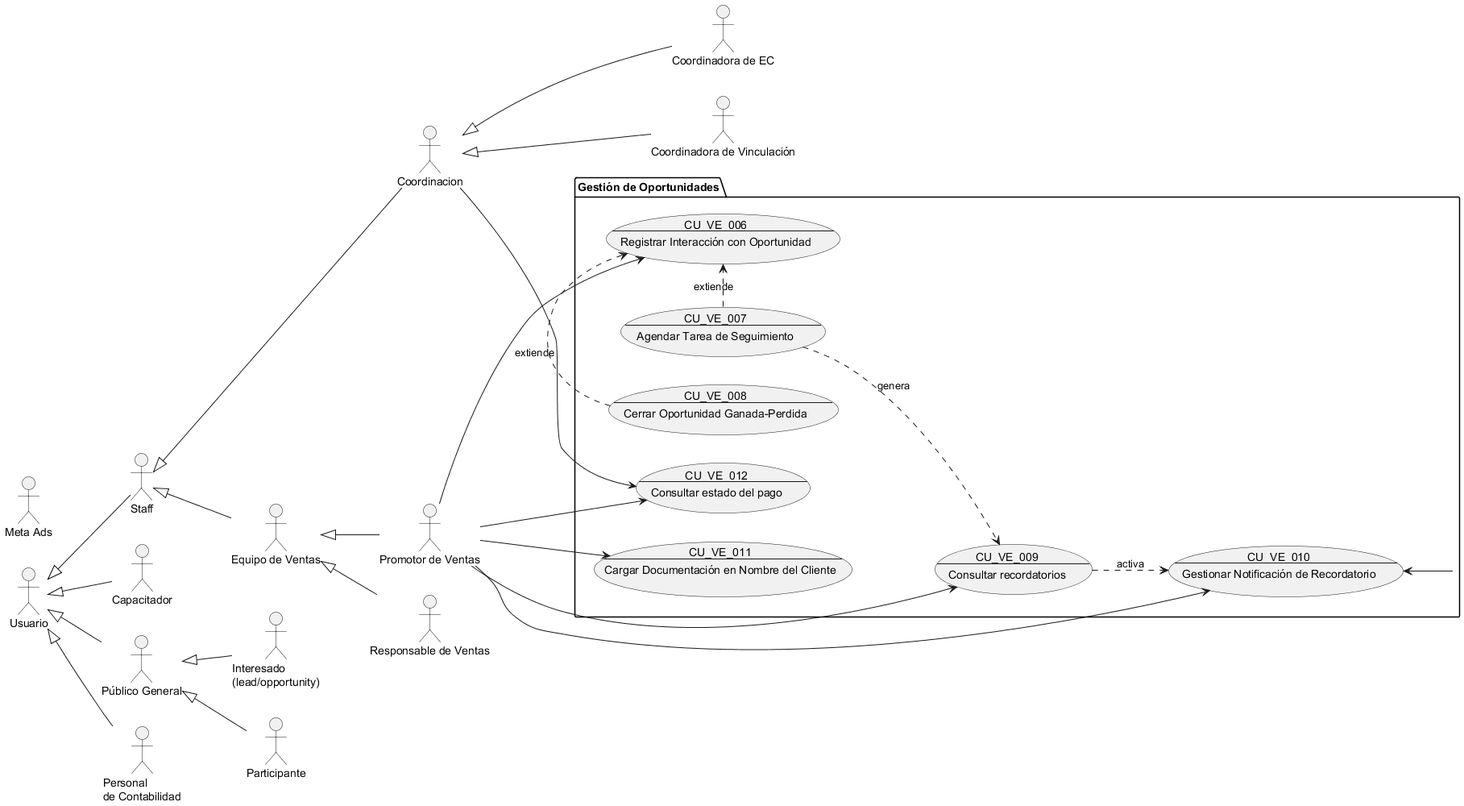
The PlantUML diagram Docs/Requerimientos/Diagramas/img/Gestión de Oportunidades.png in Proyectos-Vinculacion-FMAT/ECFCA, before a commit.
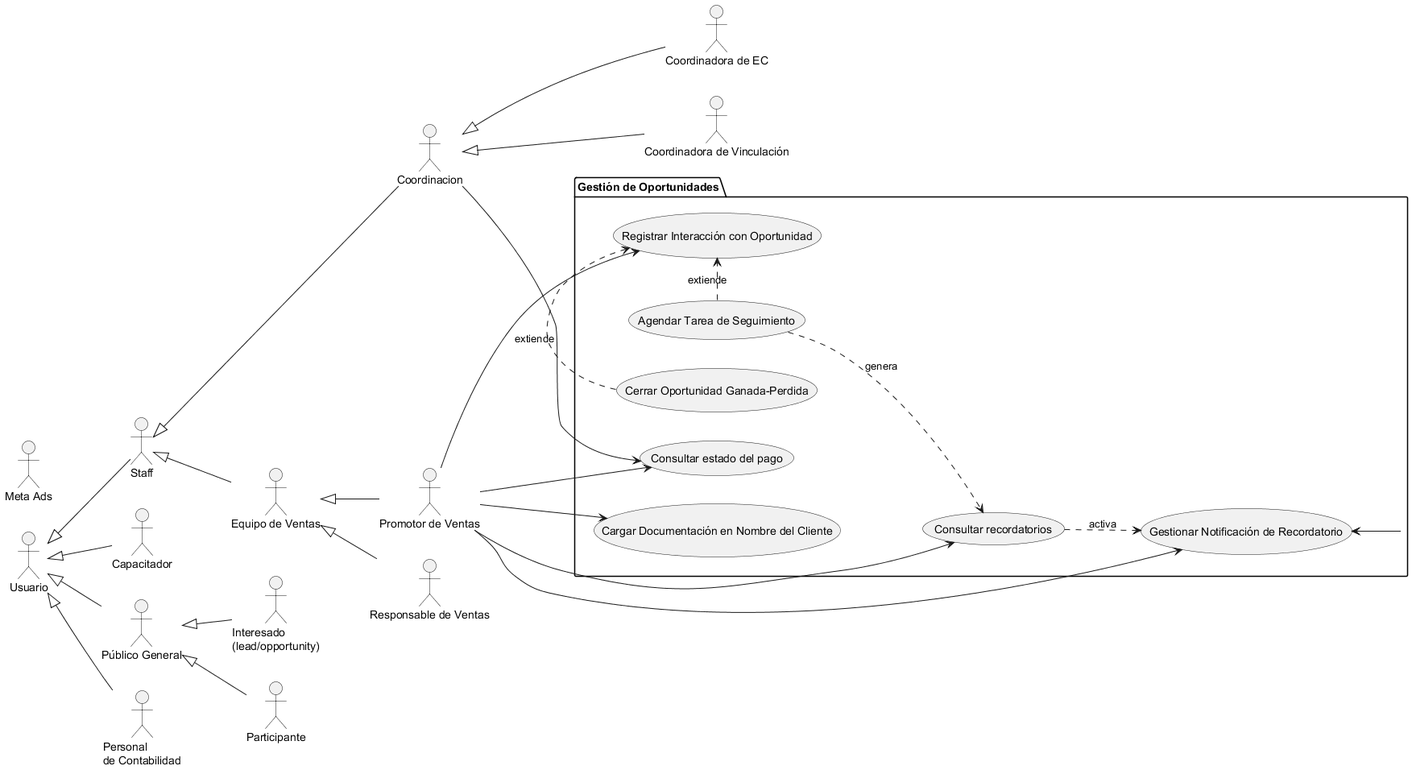
After the change.

What changed in the source:
```diff
@@ -3,36 +3,15 @@
 !include Actores.puml
 
 package "Gestión de Oportunidades" {
-    usecase CU_VE_006 as "
-    CU_VE_006
-    ---
-    Registrar Interacción con Oportunidad"
+    usecase CU_VE_006 as "Registrar Interacción con Oportunidad"
 
-    usecase CU_VE_007 as "
-    CU_VE_007
-    ---
-    Agendar Tarea de Seguimiento"
-    usecase CU_VE_009 as "
-    CU_VE_009
-    ---
-    Consultar recordatorios"
-    usecase CU_VE_010 as "
-    CU_VE_010
-    ---
-    Gestionar Notificación de Recordatorio"
+    usecase CU_VE_007 as "Agendar Tarea de Seguimiento"
+    usecase CU_VE_009 as "Consultar recordatorios"
+    usecase CU_VE_010 as "Gestionar Notificación de Recordatorio"
 
-    usecase CU_VE_008 as "
-    CU_VE_008
-    ---
-    Cerrar Oportunidad Ganada-Perdida"
-    usecase CU_VE_011 as "
-    CU_VE_011
-    ---
-    Cargar Documentación en Nombre del Cliente"
-    usecase CU_VE_012 as "
-    CU_VE_012
-    ---
-    Consultar estado del pago"
+    usecase CU_VE_008 as "Cerrar Oportunidad Ganada-Perdida"
+    usecase CU_VE_011 as "Cargar Documentación en Nombre del Cliente"
+    usecase CU_VE_012 as "Consultar estado del pago"
 }
 
 promotor_ventas --> CU_VE_006
```
